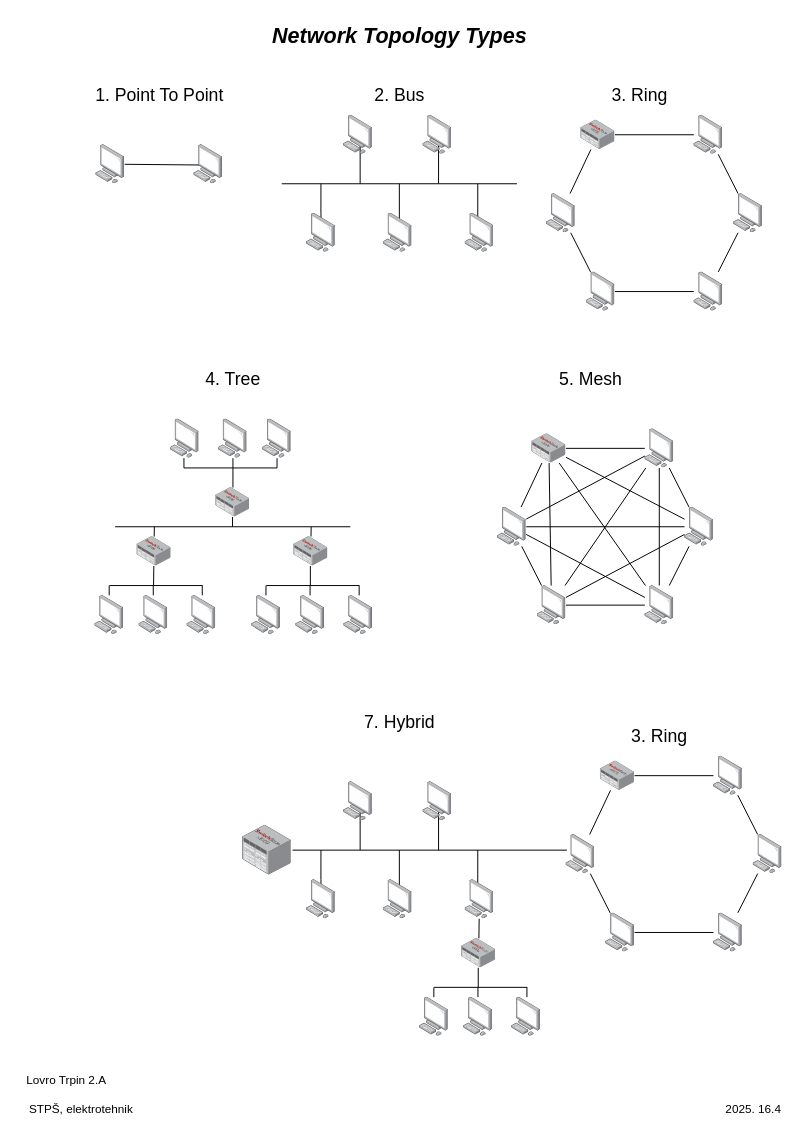
This is X2 Topologije Omrežij.drawio from Pino-Tortellino/Implementation-Schemes, a draw.io file, before an edit. Source tidied: cells renumbered, new cells numbered last; positions are measured from the earlier drawing's top-left corner, leaving out a move shared by most shapes. Both pictures are drawn from the tidied source at 98%, with x=0, y=0 at pixel (17, 17).
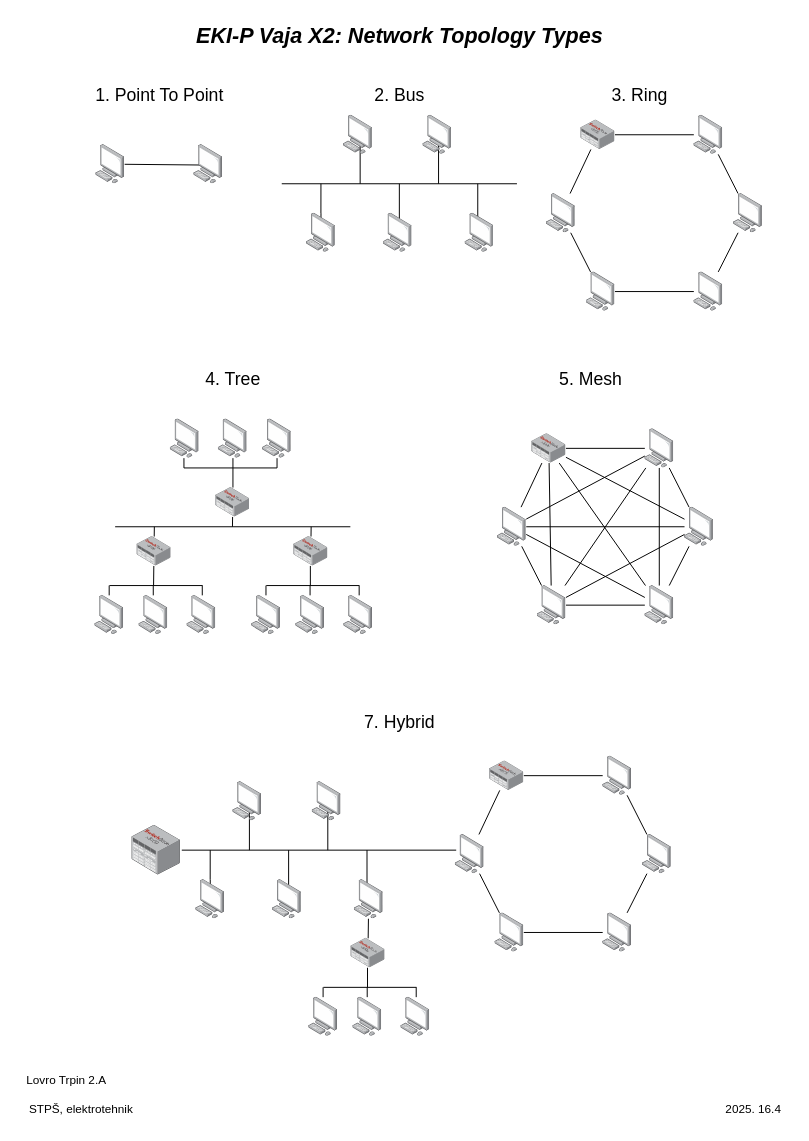
Above is the later version.

What changed in the source:
```diff
@@
-    <mxCell id="2" value="&lt;b&gt;&lt;font style=&quot;font-size: 22px; color: light-dark(rgb(0, 0, 0), rgb(0, 127, 255));&quot;&gt;&lt;i&gt;Network Topology Types&lt;/i&gt;&lt;/font&gt;&lt;/b&gt;" style="text;html=1;align=center;verticalAlign=middle;strokeColor=none;fillColor=none;" parent="1" vertex="1">
-      <mxGeometry x="250" width="280" height="40" as="geometry" />
+    <mxCell id="2" value="&lt;b&gt;&lt;font style=&quot;font-size: 22px; color: light-dark(rgb(0, 0, 0), rgb(0, 127, 255));&quot;&gt;&lt;i&gt;EKI-P Vaja X2: Network Topology Types&lt;/i&gt;&lt;/font&gt;&lt;/b&gt;" style="text;html=1;align=center;verticalAlign=middle;strokeColor=none;fillColor=none;" parent="1" vertex="1">
+      <mxGeometry x="170" width="440" height="40" as="geometry" />
     </mxCell>
@@
     <mxCell id="94" style="group;" parent="1" vertex="1">
-      <mxGeometry x="270" y="780" width="240" height="140" as="geometry" />
+      <mxGeometry x="157" y="780" width="240" height="140" as="geometry" />
     </mxCell>
@@
     <mxCell id="107" style="image;points=[];html=1;align=center;shadow=0;dashed=0;image=img/lib/allied_telesis/switch/Modular_Switch_SBx8106.svg;" parent="1" vertex="1">
-      <mxGeometry x="453.5" y="940" width="34.9" height="30" as="geometry" />
+      <mxGeometry x="340.5" y="940" width="34.9" height="30" as="geometry" />
     </mxCell>
     <mxCell id="108" style="image;html=1;align=center;shadow=0;dashed=0;image=img/lib/allied_telesis/computer_and_terminals/Personal_Computer.svg;" parent="1" vertex="1">
-      <mxGeometry x="410.5" y="1000" width="29.5" height="40" as="geometry" />
+      <mxGeometry x="297.5" y="1000" width="29.5" height="40" as="geometry" />
     </mxCell>
     <mxCell id="109" style="image;html=1;align=center;shadow=0;dashed=0;image=img/lib/allied_telesis/computer_and_terminals/Personal_Computer.svg;" parent="1" vertex="1">
-      <mxGeometry x="455.5" y="1000" width="29.5" height="40" as="geometry" />
+      <mxGeometry x="342.5" y="1000" width="29.5" height="40" as="geometry" />
     </mxCell>
     <mxCell id="110" style="image;html=1;align=center;shadow=0;dashed=0;image=img/lib/allied_telesis/computer_and_terminals/Personal_Computer.svg;" parent="1" vertex="1">
-      <mxGeometry x="504.5" y="1000" width="29.5" height="40" as="geometry" />
+      <mxGeometry x="391.5" y="1000" width="29.5" height="40" as="geometry" />
     </mxCell>
     <mxCell id="111" style="endArrow=none;html=1;rounded=0;" parent="1" edge="1">
       <mxGeometry relative="1" as="geometry">
-        <mxPoint x="470.5" y="990" as="sourcePoint" />
-        <mxPoint x="470.5" y="970" as="targetPoint" />
+        <mxPoint x="357.5" y="990" as="sourcePoint" />
+        <mxPoint x="357.5" y="970" as="targetPoint" />
       </mxGeometry>
     </mxCell>
     <mxCell id="112" style="endArrow=none;html=1;rounded=0;" parent="1" edge="1">
       <mxGeometry relative="1" as="geometry">
-        <mxPoint x="425.5" y="990" as="sourcePoint" />
-        <mxPoint x="520.5" y="990" as="targetPoint" />
+        <mxPoint x="312.5" y="990" as="sourcePoint" />
+        <mxPoint x="407.5" y="990" as="targetPoint" />
       </mxGeometry>
     </mxCell>
     <mxCell id="113" style="endArrow=none;html=1;rounded=0;" parent="1" edge="1">
       <mxGeometry relative="1" as="geometry">
-        <mxPoint x="425.2" y="1000" as="sourcePoint" />
-        <mxPoint x="425.2" y="990" as="targetPoint" />
+        <mxPoint x="312.2" y="1000" as="sourcePoint" />
+        <mxPoint x="312.2" y="990" as="targetPoint" />
       </mxGeometry>
     </mxCell>
     <mxCell id="114" style="endArrow=none;html=1;rounded=0;" parent="1" edge="1">
       <mxGeometry relative="1" as="geometry">
-        <mxPoint x="470.2" y="1000" as="sourcePoint" />
-        <mxPoint x="470.2" y="990" as="targetPoint" />
+        <mxPoint x="357.2" y="1000" as="sourcePoint" />
+        <mxPoint x="357.2" y="990" as="targetPoint" />
       </mxGeometry>
     </mxCell>
     <mxCell id="115" style="endArrow=none;html=1;rounded=0;" parent="1" edge="1">
       <mxGeometry relative="1" as="geometry">
-        <mxPoint x="520.2" y="1000" as="sourcePoint" />
-        <mxPoint x="520.2" y="990" as="targetPoint" />
+        <mxPoint x="407.2" y="1000" as="sourcePoint" />
+        <mxPoint x="407.2" y="990" as="targetPoint" />
       </mxGeometry>
     </mxCell>
@@
-    <mxCell id="117" value="&lt;span style=&quot;font-size: 18px;&quot;&gt;3. Ring&lt;/span&gt;" style="text;html=1;align=center;verticalAlign=middle;strokeColor=none;fillColor=none;" parent="1" vertex="1">
-      <mxGeometry x="615" y="714" width="80" height="40" as="geometry" />
-    </mxCell>
     <mxCell id="118" style="group;" parent="1" vertex="1">
-      <mxGeometry x="560" y="754" width="220.5" height="200" as="geometry" />
+      <mxGeometry x="447" y="754" width="220.5" height="200" as="geometry" />
     </mxCell>
@@
     <mxCell id="131" style="image;html=1;align=center;shadow=0;dashed=0;image=img/lib/allied_telesis/switch/Modular_Switch_SBx8112.svg;" parent="1" vertex="1">
-      <mxGeometry x="230" y="824.5" width="49.7" height="51" as="geometry" />
+      <mxGeometry x="117" y="824.5" width="49.7" height="51" as="geometry" />
     </mxCell>
```
